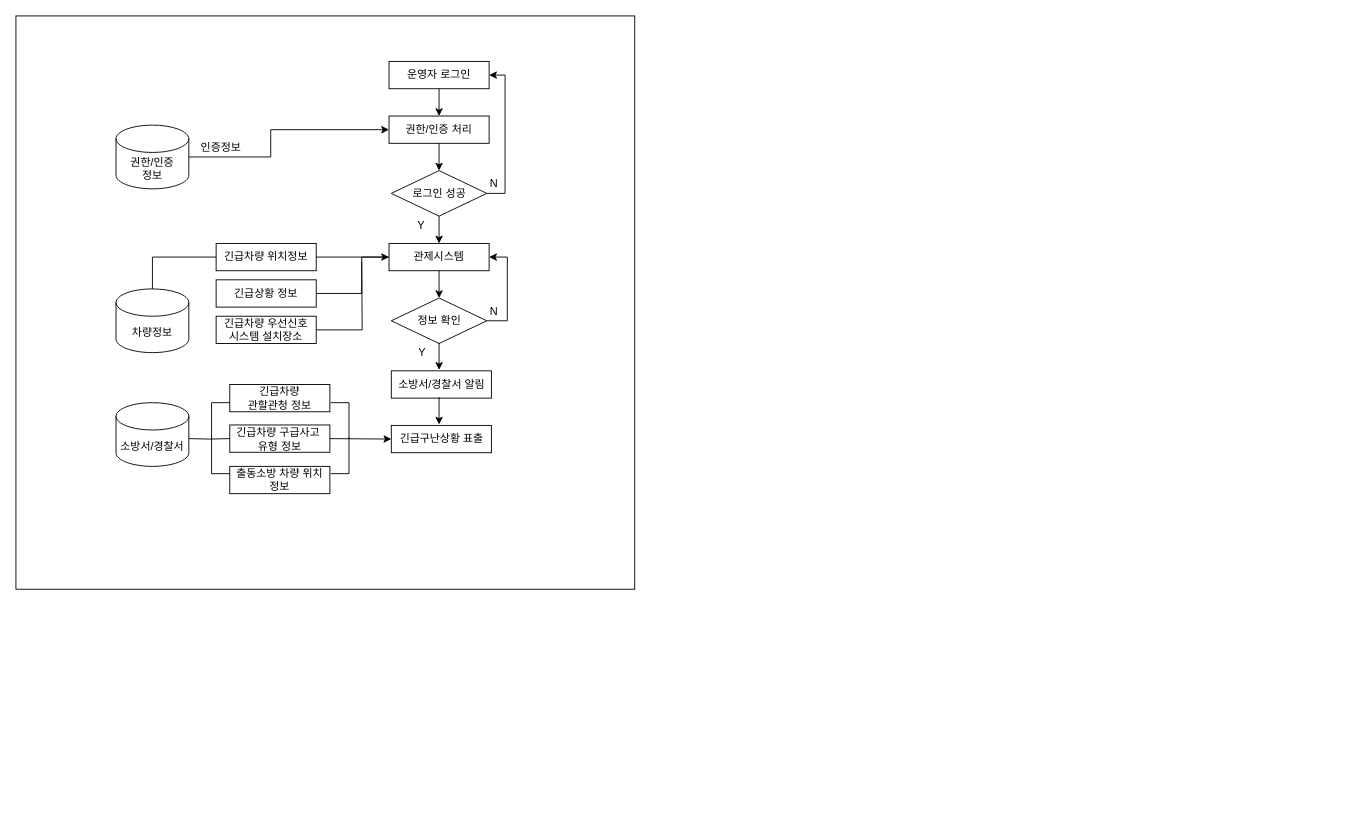
Above: 제목 없는 다이어그램.drawio in gowjd4419/spring_basic (draw.io), before the change. Source tidied: cells renumbered, new cells numbered last; positions are measured from the earlier drawing's top-left corner, leaving out a move shared by most shapes. Both pictures are drawn from the tidied source at 91%, with x=0, y=0 at pixel (15, 15).
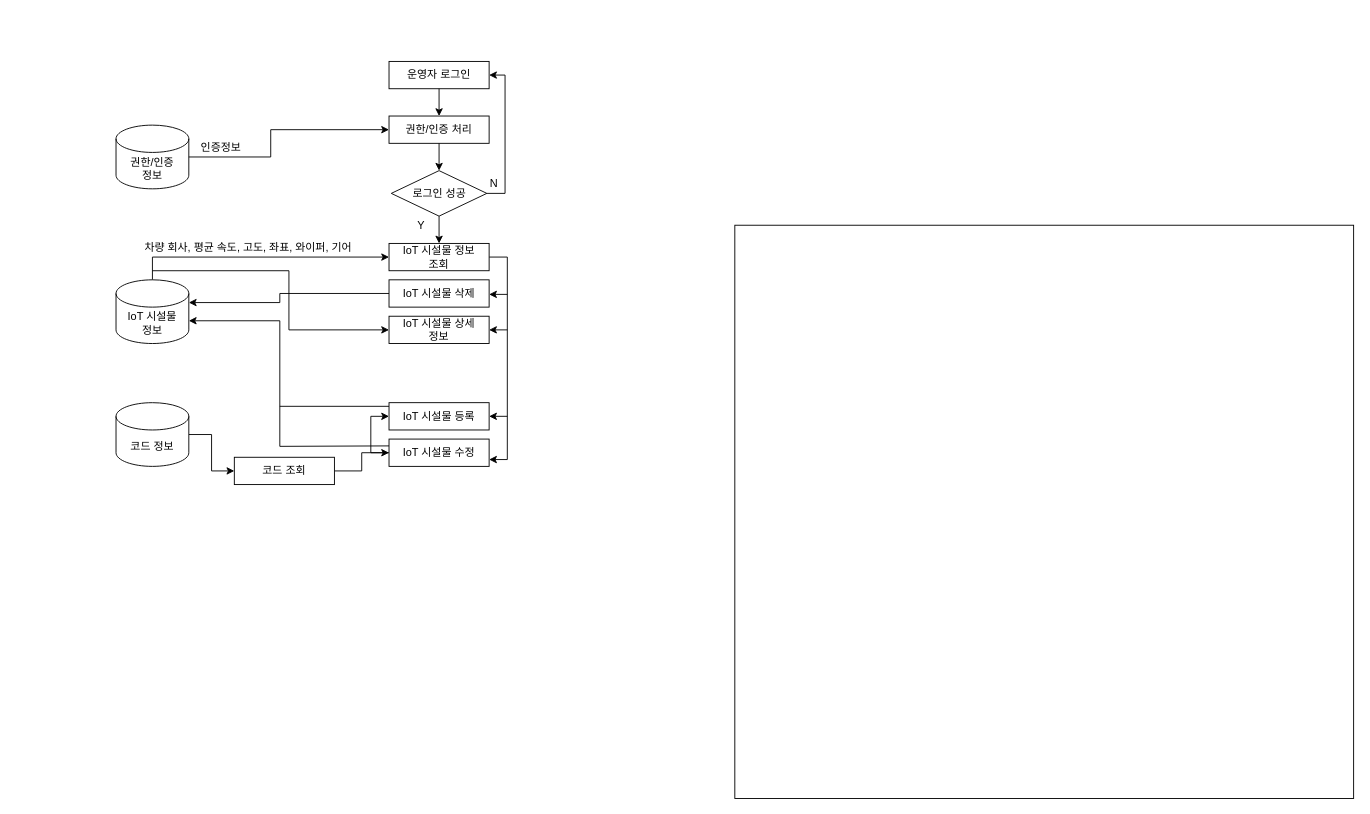
The same page after the edit.

Commit message:
제목 없는 다이어그램.drawio 업데이트

Change to the diagram source:
```diff
@@
     <mxCell id="2" style="rounded=0;whiteSpace=wrap;html=1;" parent="1" vertex="1">
-      <mxGeometry width="680" height="630" as="geometry" />
+      <mxGeometry x="790" y="230" width="680" height="630" as="geometry" />
     </mxCell>
@@
+    <mxCell id="46" style="edgeStyle=orthogonalEdgeStyle;rounded=0;jettySize=auto;html=1;endArrow=classic;endFill=1;entryX=1;entryY=0.75;entryDx=0;entryDy=0;" parent="1" edge="1" source="15" target="54">
+      <mxGeometry relative="1" as="geometry">
+        <Array as="points">
+          <mxPoint x="540" y="265" />
+          <mxPoint x="540" y="488" />
+        </Array>
+      </mxGeometry>
+    </mxCell>
-    <mxCell id="15" value="관제시스템" style="rounded=0;whiteSpace=wrap;html=1;" parent="1" vertex="1">
+    <mxCell id="15" value="IoT 시설물 정보 &lt;br&gt;조회" style="rounded=0;whiteSpace=wrap;html=1;" parent="1" vertex="1">
       <mxGeometry x="410" y="250" width="110" height="30" as="geometry" />
     </mxCell>
@@
+    <mxCell id="47" style="edgeStyle=orthogonalEdgeStyle;rounded=0;jettySize=auto;html=1;endArrow=classic;endFill=1;entryX=0;entryY=0.5;entryDx=0;entryDy=0;" parent="1" edge="1" target="34">
+      <mxGeometry relative="1" as="geometry">
+        <mxPoint x="150" y="280" as="sourcePoint" />
+        <Array as="points">
+          <mxPoint x="300" y="280" />
+          <mxPoint x="300" y="345" />
+        </Array>
+      </mxGeometry>
+    </mxCell>
-    <mxCell id="17" value="차량정보" style="shape=cylinder3;whiteSpace=wrap;html=1;boundedLbl=1;backgroundOutline=1;size=15;" parent="1" vertex="1">
-      <mxGeometry x="110" y="300" width="80" height="70" as="geometry" />
+    <mxCell id="17" value="IoT 시설물&lt;br&gt;정보" style="shape=cylinder3;whiteSpace=wrap;html=1;boundedLbl=1;backgroundOutline=1;size=15;" parent="1" vertex="1">
+      <mxGeometry x="110" y="290" width="80" height="70" as="geometry" />
     </mxCell>
-    <mxCell id="18" style="edgeStyle=orthogonalEdgeStyle;rounded=0;jettySize=auto;html=1;endArrow=none;endFill=0;entryX=0;entryY=0.5;entryDx=0;entryDy=0;" parent="1" edge="1" target="26">
-      <mxGeometry relative="1" as="geometry">
-        <mxPoint x="190" y="464.5" as="sourcePoint" />
-      </mxGeometry>
-    </mxCell>
+    <mxCell id="48" style="edgeStyle=orthogonalEdgeStyle;rounded=0;jettySize=auto;html=1;endArrow=classic;endFill=1;entryX=1;entryY=0;entryDx=0;entryDy=25;entryPerimeter=0;" parent="1" edge="1" source="19" target="17">
+      <mxGeometry relative="1" as="geometry">
+        <Array as="points">
+          <mxPoint x="290" y="305" />
+          <mxPoint x="290" y="315" />
+        </Array>
+      </mxGeometry>
+    </mxCell>
-    <mxCell id="19" value="소방서/경찰서 알림" style="rounded=0;whiteSpace=wrap;html=1;" parent="1" vertex="1">
-      <mxGeometry x="412.5" y="390" width="110" height="30" as="geometry" />
+    <mxCell id="19" value="IoT 시설물 삭제" style="rounded=0;whiteSpace=wrap;html=1;" parent="1" vertex="1">
+      <mxGeometry x="410" y="290" width="110" height="30" as="geometry" />
     </mxCell>
-    <mxCell id="20" value="긴급차량 위치정보" style="rounded=0;whiteSpace=wrap;html=1;" parent="1" vertex="1">
-      <mxGeometry x="220" y="250" width="110" height="30" as="geometry" />
-    </mxCell>
-    <mxCell id="21" style="edgeStyle=orthogonalEdgeStyle;rounded=0;jettySize=auto;html=1;endArrow=none;endFill=0;" parent="1" edge="1" source="22" target="15">
-      <mxGeometry relative="1" as="geometry">
-        <Array as="points">
-          <mxPoint x="380" y="305" />
-          <mxPoint x="380" y="265" />
-        </Array>
-      </mxGeometry>
-    </mxCell>
-    <mxCell id="22" value="긴급상황 정보" style="rounded=0;whiteSpace=wrap;html=1;" parent="1" vertex="1">
-      <mxGeometry x="220" y="290" width="110" height="30" as="geometry" />
-    </mxCell>
-    <mxCell id="23" style="edgeStyle=orthogonalEdgeStyle;rounded=0;jettySize=auto;html=1;endArrow=none;endFill=0;" parent="1" edge="1" source="24">
-      <mxGeometry relative="1" as="geometry">
-        <mxPoint x="380" y="270" as="targetPoint" />
-      </mxGeometry>
-    </mxCell>
-    <mxCell id="24" value="긴급차량 우선신호&lt;br&gt;시스템 설치장소" style="rounded=0;whiteSpace=wrap;html=1;" parent="1" vertex="1">
-      <mxGeometry x="220" y="330" width="110" height="30" as="geometry" />
-    </mxCell>
+    <mxCell id="49" style="edgeStyle=orthogonalEdgeStyle;rounded=0;jettySize=auto;html=1;" parent="1" edge="1" source="25" target="54">
+      <mxGeometry relative="1" as="geometry" />
+    </mxCell>
-    <mxCell id="25" value="긴급차량&lt;br&gt;관할관청 정보" style="rounded=0;whiteSpace=wrap;html=1;" parent="1" vertex="1">
-      <mxGeometry x="235" y="405" width="110" height="30" as="geometry" />
+    <mxCell id="25" value="코드 조회" style="rounded=0;whiteSpace=wrap;html=1;" parent="1" vertex="1">
+      <mxGeometry x="240" y="485" width="110" height="30" as="geometry" />
     </mxCell>
-    <mxCell id="26" value="긴급차량 구급사고&amp;nbsp;&lt;br&gt;유형 정보" style="rounded=0;whiteSpace=wrap;html=1;" parent="1" vertex="1">
-      <mxGeometry x="235" y="449.5" width="110" height="30" as="geometry" />
-    </mxCell>
-    <mxCell id="27" value="출동소방 차량 위치 정보" style="rounded=0;whiteSpace=wrap;html=1;" parent="1" vertex="1">
-      <mxGeometry x="235" y="495" width="110" height="30" as="geometry" />
-    </mxCell>
-    <mxCell id="28" style="edgeStyle=orthogonalEdgeStyle;rounded=0;jettySize=auto;html=1;endArrow=classic;endFill=1;entryX=1;entryY=0.5;entryDx=0;entryDy=0;" parent="1" edge="1" source="29" target="15">
-      <mxGeometry relative="1" as="geometry">
-        <Array as="points">
-          <mxPoint x="540" y="335" />
-          <mxPoint x="540" y="265" />
-        </Array>
-      </mxGeometry>
-    </mxCell>
-    <mxCell id="29" value="정보 확인" style="rhombus;whiteSpace=wrap;html=1;" parent="1" vertex="1">
-      <mxGeometry x="412.5" y="310" width="105" height="50" as="geometry" />
-    </mxCell>
-    <mxCell id="30" value="Y" style="text;html=1;align=center;verticalAlign=middle;strokeColor=none;fillColor=none;" parent="1" vertex="1">
-      <mxGeometry x="431" y="355" width="30" height="30" as="geometry" />
-    </mxCell>
-    <mxCell id="31" style="endArrow=classic;html=1;rounded=0;exitX=0.5;exitY=1;exitDx=0;exitDy=0;" parent="1" edge="1">
-      <mxGeometry relative="1" as="geometry">
-        <mxPoint x="465" y="280" as="sourcePoint" />
-        <mxPoint x="465" y="310" as="targetPoint" />
-      </mxGeometry>
-    </mxCell>
-    <mxCell id="32" value="N" style="text;html=1;align=center;verticalAlign=middle;fillColor=none;strokeColor=none;rounded=0;" parent="1" vertex="1">
-      <mxGeometry x="510" y="310" width="30" height="30" as="geometry" />
-    </mxCell>
-    <mxCell id="33" style="endArrow=classic;html=1;rounded=0;exitX=0.5;exitY=1;exitDx=0;exitDy=0;" parent="1" edge="1">
-      <mxGeometry relative="1" as="geometry">
-        <mxPoint x="465" y="359" as="sourcePoint" />
-        <mxPoint x="465" y="389" as="targetPoint" />
-      </mxGeometry>
-    </mxCell>
-    <mxCell id="34" value="긴급구난상황 표출" style="rounded=0;whiteSpace=wrap;html=1;" parent="1" vertex="1">
-      <mxGeometry x="412.5" y="450" width="110" height="30" as="geometry" />
+    <mxCell id="34" value="IoT 시설물 상세 &lt;br&gt;정보" style="rounded=0;whiteSpace=wrap;html=1;" parent="1" vertex="1">
+      <mxGeometry x="410" y="330" width="110" height="30" as="geometry" />
     </mxCell>
-    <mxCell id="35" style="endArrow=classic;html=1;rounded=0;exitX=0.5;exitY=1;exitDx=0;exitDy=0;" parent="1" edge="1">
-      <mxGeometry relative="1" as="geometry">
-        <mxPoint x="465" y="419" as="sourcePoint" />
-        <mxPoint x="465" y="449" as="targetPoint" />
-      </mxGeometry>
-    </mxCell>
-    <mxCell id="36" style="endArrow=none;html=1;rounded=0;" parent="1" edge="1">
-      <mxGeometry relative="1" as="geometry">
-        <mxPoint x="215" y="465" as="sourcePoint" />
-        <mxPoint x="215" y="425" as="targetPoint" />
-      </mxGeometry>
-    </mxCell>
-    <mxCell id="37" style="endArrow=none;html=1;rounded=0;" parent="1" edge="1">
-      <mxGeometry relative="1" as="geometry">
-        <mxPoint x="215" y="503" as="sourcePoint" />
-        <mxPoint x="215" y="463" as="targetPoint" />
-      </mxGeometry>
-    </mxCell>
-    <mxCell id="38" style="endArrow=none;html=1;rounded=0;" parent="1" edge="1">
-      <mxGeometry relative="1" as="geometry">
-        <mxPoint x="215" y="425" as="sourcePoint" />
-        <mxPoint x="235" y="425" as="targetPoint" />
-      </mxGeometry>
-    </mxCell>
-    <mxCell id="39" style="endArrow=none;html=1;rounded=0;" parent="1" edge="1">
-      <mxGeometry relative="1" as="geometry">
-        <mxPoint x="215" y="503" as="sourcePoint" />
-        <mxPoint x="235" y="503" as="targetPoint" />
-      </mxGeometry>
-    </mxCell>
-    <mxCell id="40" style="endArrow=none;html=1;rounded=0;" parent="1" edge="1">
-      <mxGeometry relative="1" as="geometry">
-        <mxPoint x="366" y="465" as="sourcePoint" />
-        <mxPoint x="366" y="425" as="targetPoint" />
-      </mxGeometry>
-    </mxCell>
-    <mxCell id="41" style="endArrow=none;html=1;rounded=0;" parent="1" edge="1">
-      <mxGeometry relative="1" as="geometry">
-        <mxPoint x="366" y="503" as="sourcePoint" />
-        <mxPoint x="366" y="463" as="targetPoint" />
-      </mxGeometry>
-    </mxCell>
-    <mxCell id="42" style="endArrow=none;html=1;rounded=0;" parent="1" edge="1">
-      <mxGeometry relative="1" as="geometry">
-        <mxPoint x="346" y="425" as="sourcePoint" />
-        <mxPoint x="366" y="425" as="targetPoint" />
-      </mxGeometry>
-    </mxCell>
-    <mxCell id="43" style="endArrow=none;html=1;rounded=0;" parent="1" edge="1">
-      <mxGeometry relative="1" as="geometry">
-        <mxPoint x="346" y="503" as="sourcePoint" />
-        <mxPoint x="366" y="503" as="targetPoint" />
-      </mxGeometry>
-    </mxCell>
+    <mxCell id="50" style="edgeStyle=orthogonalEdgeStyle;rounded=0;jettySize=auto;html=1;" parent="1" edge="1" source="44" target="25">
+      <mxGeometry relative="1" as="geometry" />
+    </mxCell>
-    <mxCell id="44" value="소방서/경찰서" style="shape=cylinder3;whiteSpace=wrap;html=1;boundedLbl=1;backgroundOutline=1;size=15;" parent="1" vertex="1">
+    <mxCell id="44" value="코드 정보" style="shape=cylinder3;whiteSpace=wrap;html=1;boundedLbl=1;backgroundOutline=1;size=15;" parent="1" vertex="1">
       <mxGeometry x="110" y="425" width="80" height="70" as="geometry" />
     </mxCell>
-    <mxCell id="45" style="endArrow=classic;html=1;rounded=0;exitX=1;exitY=0.5;exitDx=0;exitDy=0;entryX=0;entryY=0.5;entryDx=0;entryDy=0;" parent="1" edge="1" source="26" target="34">
-      <mxGeometry relative="1" as="geometry" />
-    </mxCell>
+    <mxCell id="51" style="edgeStyle=orthogonalEdgeStyle;rounded=0;orthogonalLoop=1;jettySize=auto;html=1;endArrow=none;endFill=0;" parent="1" edge="1">
+      <mxGeometry relative="1" as="geometry">
+        <mxPoint x="410" y="429" as="sourcePoint" />
+        <mxPoint x="290" y="429" as="targetPoint" />
+      </mxGeometry>
+    </mxCell>
+    <mxCell id="52" value="IoT 시설물 등록" style="rounded=0;whiteSpace=wrap;html=1;" parent="1" vertex="1">
+      <mxGeometry x="410" y="425" width="110" height="30" as="geometry" />
+    </mxCell>
+    <mxCell id="53" style="edgeStyle=orthogonalEdgeStyle;rounded=0;jettySize=auto;html=1;exitX=0;exitY=0.5;exitDx=0;exitDy=0;entryX=0;entryY=0.5;entryDx=0;entryDy=0;" parent="1" edge="1" source="54" target="52">
+      <mxGeometry relative="1" as="geometry" />
+    </mxCell>
+    <mxCell id="54" value="IoT 시설물 수정" style="rounded=0;whiteSpace=wrap;html=1;" parent="1" vertex="1">
+      <mxGeometry x="410" y="465" width="110" height="30" as="geometry" />
+    </mxCell>
+    <mxCell id="55" value="차량 회사, 평균 속도, 고도, 좌표, 와이퍼, 기어" style="text;html=1;align=center;verticalAlign=middle;fillColor=none;strokeColor=none;rounded=0;" parent="1" vertex="1">
+      <mxGeometry x="120" y="240" width="270" height="30" as="geometry" />
+    </mxCell>
+    <mxCell id="56" style="endArrow=classic;html=1;rounded=0;exitX=0;exitY=0.25;exitDx=0;exitDy=0;entryX=1;entryY=0;entryDx=0;entryDy=45;entryPerimeter=0;" parent="1" edge="1" source="54" target="17">
+      <mxGeometry relative="1" as="geometry">
+        <Array as="points">
+          <mxPoint x="290" y="473" />
+          <mxPoint x="290" y="335" />
+        </Array>
+      </mxGeometry>
+    </mxCell>
+    <mxCell id="57" style="endArrow=classic;html=1;rounded=0;entryX=1;entryY=0.5;entryDx=0;entryDy=0;" parent="1" edge="1" target="52">
+      <mxGeometry relative="1" as="geometry">
+        <mxPoint x="540" y="440" as="sourcePoint" />
+      </mxGeometry>
+    </mxCell>
+    <mxCell id="58" style="endArrow=classic;html=1;rounded=0;entryX=1;entryY=0.5;entryDx=0;entryDy=0;" parent="1" edge="1">
+      <mxGeometry relative="1" as="geometry">
+        <mxPoint x="540" y="306" as="sourcePoint" />
+        <mxPoint x="520" y="306" as="targetPoint" />
+      </mxGeometry>
+    </mxCell>
+    <mxCell id="59" style="endArrow=classic;html=1;rounded=0;entryX=1;entryY=0.5;entryDx=0;entryDy=0;" parent="1" edge="1">
+      <mxGeometry relative="1" as="geometry">
+        <mxPoint x="540" y="345" as="sourcePoint" />
+        <mxPoint x="520" y="345" as="targetPoint" />
+      </mxGeometry>
+    </mxCell>
```
